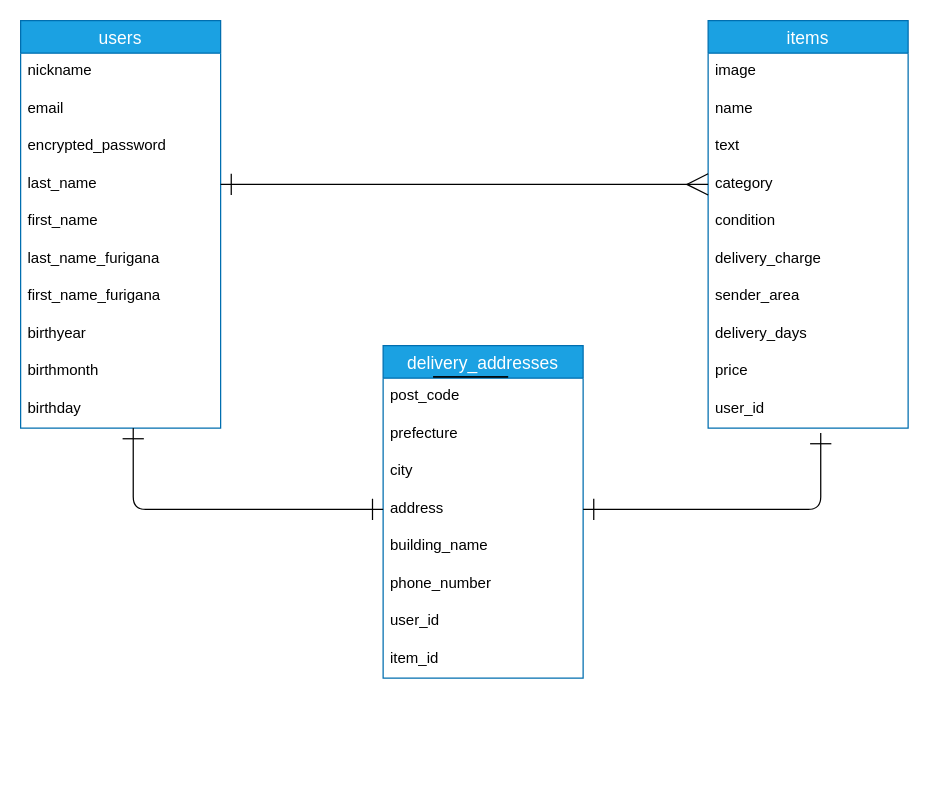
Above: ER.dio in soya0128/furima-38312 (draw.io), before the change. Source tidied: cells renumbered, new cells numbered last; positions are measured from the earlier drawing's top-left corner, leaving out a move shared by most shapes. Both pictures are drawn from the tidied source at 125%, with x=0, y=0 at pixel (20, 20).
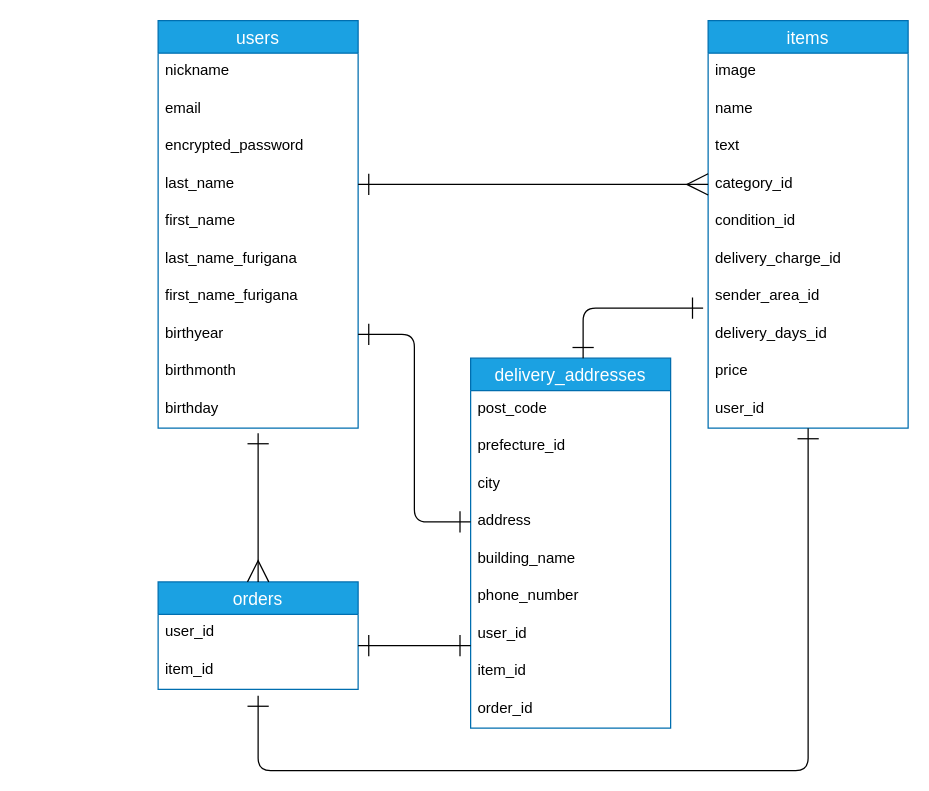
Above is the later version.

Commit message (it also covers changes not shown here):
ER図、READMEファイルの修正

Unchanged cells that the change refers to:
```xml
<mxCell id="10" value="birthyear" style="text;strokeColor=none;fillColor=none;spacingLeft=4;spacingRight=4;overflow=hidden;points=[[0,0.5],[1,0.5]];portConstraint=eastwest;fontSize=12;" parent="2" vertex="1">
  <mxGeometry y="236" width="160" height="30" as="geometry" />
</mxCell>
<mxCell id="12" value="birthday" style="text;strokeColor=none;fillColor=none;spacingLeft=4;spacingRight=4;overflow=hidden;points=[[0,0.5],[1,0.5]];portConstraint=eastwest;fontSize=12;" parent="2" vertex="1">
  <mxGeometry y="296" width="160" height="30" as="geometry" />
</mxCell>
<mxCell id="13" value="items" style="swimlane;fontStyle=0;horizontal=1;startSize=26;align=center;fontSize=14;fillColor=#1ba1e2;fontColor=#ffffff;strokeColor=#006EAF;" parent="1" vertex="1">
  <mxGeometry x="550" width="160" height="326" as="geometry" />
</mxCell>
<mxCell id="23" value="user_id" style="text;strokeColor=none;fillColor=none;spacingLeft=4;spacingRight=4;overflow=hidden;points=[[0,0.5],[1,0.5]];portConstraint=eastwest;fontSize=12;" parent="13" vertex="1">
  <mxGeometry y="296" width="160" height="30" as="geometry" />
</mxCell>
<mxCell id="29" value="address" style="text;strokeColor=none;fillColor=none;spacingLeft=4;spacingRight=4;overflow=hidden;points=[[0,0.5],[1,0.5]];portConstraint=eastwest;fontSize=12;" parent="25" vertex="1">
  <mxGeometry y="116" width="160" height="30" as="geometry" />
</mxCell>
```

Diff of the diagram source:
```diff
@@
     <mxCell id="2" value="users" style="swimlane;fontStyle=0;horizontal=1;startSize=26;align=center;fontSize=14;fillColor=#1ba1e2;fontColor=#ffffff;strokeColor=#006EAF;" parent="1" vertex="1">
-      <mxGeometry width="160" height="326" as="geometry" />
+      <mxGeometry x="110" width="160" height="326" as="geometry" />
     </mxCell>
@@
-    <mxCell id="17" value="category" style="text;strokeColor=none;fillColor=none;spacingLeft=4;spacingRight=4;overflow=hidden;points=[[0,0.5],[1,0.5]];portConstraint=eastwest;fontSize=12;" parent="13" vertex="1">
+    <mxCell id="17" value="category_id" style="text;strokeColor=none;fillColor=none;spacingLeft=4;spacingRight=4;overflow=hidden;points=[[0,0.5],[1,0.5]];portConstraint=eastwest;fontSize=12;" parent="13" vertex="1">
       <mxGeometry y="116" width="160" height="30" as="geometry" />
     </mxCell>
-    <mxCell id="18" value="condition" style="text;strokeColor=none;fillColor=none;spacingLeft=4;spacingRight=4;overflow=hidden;fontSize=12;" parent="13" vertex="1">
+    <mxCell id="18" value="condition_id" style="text;strokeColor=none;fillColor=none;spacingLeft=4;spacingRight=4;overflow=hidden;fontSize=12;" parent="13" vertex="1">
       <mxGeometry y="146" width="160" height="30" as="geometry" />
     </mxCell>
-    <mxCell id="19" value="delivery_charge" style="text;strokeColor=none;fillColor=none;spacingLeft=4;spacingRight=4;overflow=hidden;fontSize=12;" parent="13" vertex="1">
+    <mxCell id="19" value="delivery_charge_id" style="text;strokeColor=none;fillColor=none;spacingLeft=4;spacingRight=4;overflow=hidden;fontSize=12;" parent="13" vertex="1">
       <mxGeometry y="176" width="160" height="30" as="geometry" />
     </mxCell>
-    <mxCell id="20" value="sender_area" style="text;strokeColor=none;fillColor=none;spacingLeft=4;spacingRight=4;overflow=hidden;points=[[0,0.5],[1,0.5]];portConstraint=eastwest;fontSize=12;" parent="13" vertex="1">
+    <mxCell id="20" value="sender_area_id" style="text;strokeColor=none;fillColor=none;spacingLeft=4;spacingRight=4;overflow=hidden;points=[[0,0.5],[1,0.5]];portConstraint=eastwest;fontSize=12;" parent="13" vertex="1">
       <mxGeometry y="206" width="160" height="30" as="geometry" />
     </mxCell>
-    <mxCell id="21" value="delivery_days" style="text;strokeColor=none;fillColor=none;spacingLeft=4;spacingRight=4;overflow=hidden;fontSize=12;" parent="13" vertex="1">
+    <mxCell id="21" value="delivery_days_id" style="text;strokeColor=none;fillColor=none;spacingLeft=4;spacingRight=4;overflow=hidden;fontSize=12;" parent="13" vertex="1">
       <mxGeometry y="236" width="160" height="30" as="geometry" />
     </mxCell>
@@
     <mxCell id="25" value="delivery_addresses" style="swimlane;fontStyle=0;horizontal=1;startSize=26;align=center;fontSize=14;fillColor=#1ba1e2;fontColor=#ffffff;strokeColor=#006EAF;" parent="1" vertex="1">
-      <mxGeometry x="290" y="260" width="160" height="266" as="geometry" />
+      <mxGeometry x="360" y="270" width="160" height="296" as="geometry" />
     </mxCell>
@@
-    <mxCell id="27" value="prefecture" style="text;strokeColor=none;fillColor=none;spacingLeft=4;spacingRight=4;overflow=hidden;fontSize=12;" parent="25" vertex="1">
+    <mxCell id="27" value="prefecture_id" style="text;strokeColor=none;fillColor=none;spacingLeft=4;spacingRight=4;overflow=hidden;fontSize=12;" parent="25" vertex="1">
       <mxGeometry y="56" width="160" height="30" as="geometry" />
     </mxCell>
@@
-    <mxCell id="34" style="line;strokeWidth=1;dashed=0;labelPosition=right;align=left;verticalAlign=middle;spacingTop=0;spacingLeft=6;" parent="1" vertex="1">
-      <mxGeometry x="330" y="280" width="60" height="10" as="geometry" />
-    </mxCell>
-    <mxCell id="35" style="line;strokeWidth=1;dashed=0;labelPosition=right;align=left;verticalAlign=middle;spacingTop=0;spacingLeft=6;" parent="1" vertex="1">
-      <mxGeometry x="330" y="280" width="60" height="10" as="geometry" />
-    </mxCell>
+    <mxCell id="38" value="order_id" style="text;strokeColor=none;fillColor=none;spacingLeft=4;spacingRight=4;overflow=hidden;fontSize=12;" parent="25" vertex="1">
+      <mxGeometry y="266" width="160" height="30" as="geometry" />
+    </mxCell>
-    <mxCell id="36" style="edgeStyle=orthogonalEdgeStyle;fontSize=12;html=1;endArrow=ERone;endFill=1;exitX=0;exitY=0.5;exitDx=0;exitDy=0;endSize=15;startSize=15;startArrow=ERone;startFill=0;entryX=0.563;entryY=1;entryDx=0;entryDy=0;entryPerimeter=0;" parent="1" edge="1" source="29" target="12">
+    <mxCell id="36" style="edgeStyle=orthogonalEdgeStyle;fontSize=12;html=1;endArrow=ERone;endFill=1;exitX=0;exitY=0.5;exitDx=0;exitDy=0;endSize=15;startSize=15;startArrow=ERone;startFill=0;entryX=1;entryY=0.5;entryDx=0;entryDy=0;" parent="1" edge="1" source="29" target="10">
       <mxGeometry relative="1" as="geometry" />
     </mxCell>
-    <mxCell id="37" style="edgeStyle=orthogonalEdgeStyle;fontSize=12;html=1;endArrow=ERone;endFill=1;exitX=0.563;exitY=1.133;exitDx=0;exitDy=0;endSize=15;startSize=15;startArrow=ERone;startFill=0;entryX=1;entryY=0.5;entryDx=0;entryDy=0;exitPerimeter=0;" parent="1" edge="1" source="23" target="29">
+    <mxCell id="37" style="edgeStyle=orthogonalEdgeStyle;fontSize=12;html=1;endArrow=ERone;endFill=1;endSize=15;startSize=15;startArrow=ERone;startFill=0;exitX=-0.025;exitY=0.8;exitDx=0;exitDy=0;exitPerimeter=0;" parent="1" edge="1" source="20">
       <mxGeometry relative="1" as="geometry">
+        <mxPoint x="450" y="270" as="targetPoint" />
         <Array as="points">
-          <mxPoint x="640" y="391" />
+          <mxPoint x="450" y="230" />
+          <mxPoint x="450" y="270" />
         </Array>
       </mxGeometry>
     </mxCell>
+    <mxCell id="39" value="orders" style="swimlane;fontStyle=0;horizontal=1;startSize=26;align=center;fontSize=14;fillColor=#1ba1e2;fontColor=#ffffff;strokeColor=#006EAF;" parent="1" vertex="1">
+      <mxGeometry x="110" y="449" width="160" height="86" as="geometry" />
+    </mxCell>
+    <mxCell id="40" value="user_id" style="text;strokeColor=none;fillColor=none;spacingLeft=4;spacingRight=4;overflow=hidden;fontSize=12;" parent="39" vertex="1">
+      <mxGeometry y="26" width="160" height="30" as="geometry" />
+    </mxCell>
+    <mxCell id="41" value="item_id" style="text;strokeColor=none;fillColor=none;spacingLeft=4;spacingRight=4;overflow=hidden;fontSize=12;" parent="39" vertex="1">
+      <mxGeometry y="56" width="160" height="30" as="geometry" />
+    </mxCell>
+    <mxCell id="42" style="edgeStyle=orthogonalEdgeStyle;html=1;startArrow=ERone;startFill=0;startSize=15;endSize=15;endArrow=ERone;endFill=0;" parent="1" edge="1">
+      <mxGeometry relative="1" as="geometry">
+        <mxPoint x="360" y="500" as="sourcePoint" />
+        <mxPoint x="270" y="500" as="targetPoint" />
+        <Array as="points">
+          <mxPoint x="270" y="500" />
+        </Array>
+      </mxGeometry>
+    </mxCell>
+    <mxCell id="43" style="edgeStyle=orthogonalEdgeStyle;fontSize=12;html=1;endArrow=ERone;endFill=1;endSize=15;startSize=15;startArrow=ERone;startFill=0;" parent="1" edge="1">
+      <mxGeometry relative="1" as="geometry">
+        <mxPoint x="630" y="326" as="sourcePoint" />
+        <mxPoint x="190" y="540" as="targetPoint" />
+        <Array as="points">
+          <mxPoint x="630" y="600" />
+          <mxPoint x="190" y="600" />
+        </Array>
+      </mxGeometry>
+    </mxCell>
+    <mxCell id="44" style="edgeStyle=orthogonalEdgeStyle;html=1;exitX=0.5;exitY=0;exitDx=0;exitDy=0;startArrow=ERmany;startFill=0;startSize=15;endSize=15;endArrow=ERone;endFill=0;" parent="1" edge="1" source="39">
+      <mxGeometry relative="1" as="geometry">
+        <mxPoint x="190" y="330" as="targetPoint" />
+        <Array as="points">
+          <mxPoint x="190" y="380" />
+          <mxPoint x="190" y="380" />
+        </Array>
+      </mxGeometry>
+    </mxCell>
```
